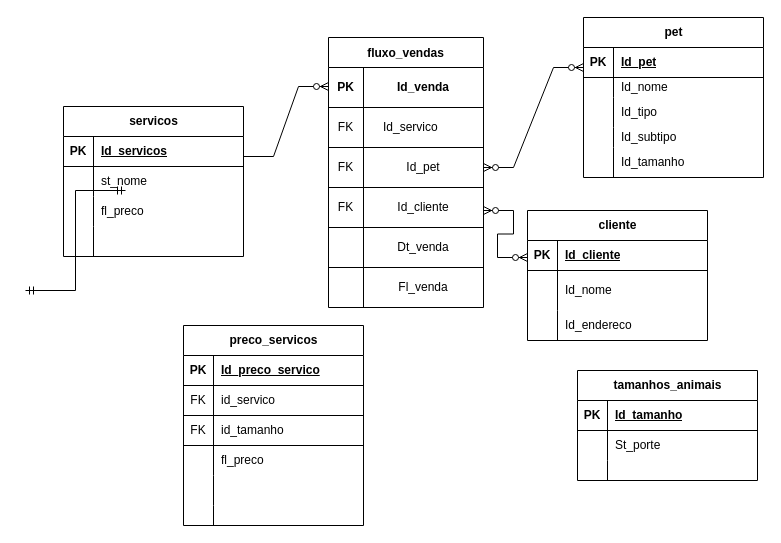
Above: Untitled Diagram.drawio in reprograma/on34-python-s07-banco-de-dados-I (draw.io), before the change. Source tidied: cells renumbered, new cells numbered last; positions are measured from the earlier drawing's top-left corner, leaving out a move shared by most shapes. Both pictures are drawn from the tidied source at 100%, with x=0, y=0 at pixel (25, 17).
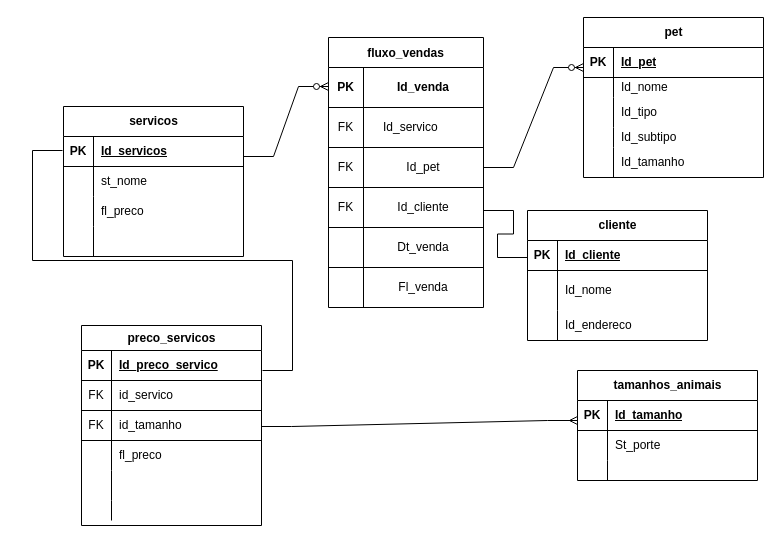
After the change.

The change refers to these unchanged cells:
```xml
<mxCell id="36" style="shape=tableRow;horizontal=0;startSize=0;swimlaneHead=0;swimlaneBody=0;fillColor=none;points=[[0,0.5],[1,0.5]];portConstraint=eastwest;top=0;left=0;right=0;bottom=0;" parent="32" vertex="1">
  <mxGeometry y="60" width="180" height="30" as="geometry" />
</mxCell>
```

The edit, as a diff of the source:
```diff
@@
-    <mxCell id="2" style="shape=tableRow;horizontal=0;startSize=0;swimlaneHead=0;swimlaneBody=0;fillColor=none;top=0;left=0;right=0;bottom=0;html=1;" parent="1" vertex="1">
-      <mxGeometry x="304" y="364" width="180" height="20" as="geometry" />
-    </mxCell>
@@
-    <mxCell id="20" style="edgeStyle=entityRelationEdgeStyle;fontSize=12;html=1;endArrow=ERzeroToMany;endFill=1;startArrow=ERzeroToMany;rounded=0;" parent="1" edge="1">
+    <mxCell id="20" style="edgeStyle=entityRelationEdgeStyle;fontSize=12;html=1;endArrow=ERzeroToMany;endFill=1;startArrow=none;rounded=0;startFill=0;" parent="1" edge="1">
       <mxGeometry relative="1" as="geometry">
         <mxPoint x="458" y="150" as="sourcePoint" />
         <mxPoint x="558" y="50" as="targetPoint" />
         <Array as="points">
           <mxPoint x="648" y="40" />
           <mxPoint x="498" y="120" />
           <mxPoint x="508" y="70" />
           <mxPoint x="548" y="80" />
           <mxPoint x="508" y="110" />
           <mxPoint x="518" y="70" />
         </Array>
       </mxGeometry>
     </mxCell>
@@
-    <mxCell id="31" style="edgeStyle=entityRelationEdgeStyle;fontSize=12;html=1;endArrow=ERzeroToMany;endFill=1;startArrow=ERzeroToMany;rounded=0;flowAnimation=0;shadow=0;" parent="1" edge="1">
+    <mxCell id="31" style="edgeStyle=entityRelationEdgeStyle;fontSize=12;html=1;endArrow=none;endFill=0;startArrow=none;rounded=0;flowAnimation=0;shadow=0;startFill=0;" parent="1" edge="1">
       <mxGeometry relative="1" as="geometry">
         <mxPoint x="458" y="193" as="sourcePoint" />
         <mxPoint x="502" y="240" as="targetPoint" />
         <Array as="points">
           <mxPoint x="452" y="203" />
           <mxPoint x="482" y="223" />
           <mxPoint x="408" y="190" />
           <mxPoint x="452" y="193" />
           <mxPoint x="418" y="190" />
           <mxPoint x="462" y="213" />
           <mxPoint x="418" y="180" />
           <mxPoint x="438" y="190" />
           <mxPoint x="468" y="210" />
           <mxPoint x="438" y="170" />
           <mxPoint x="648" y="410" />
           <mxPoint x="648" y="360" />
         </Array>
       </mxGeometry>
     </mxCell>
@@
-    <mxCell id="42" value="preco_servicos" style="shape=table;startSize=30;childLayout=tableLayout;rowLines=0;fontStyle=1;align=center;html=1;" parent="1" vertex="1">
-      <mxGeometry x="158" y="308" width="180" height="200" as="geometry" />
+    <mxCell id="42" value="preco_servicos" style="shape=table;startSize=25;childLayout=tableLayout;rowLines=0;fontStyle=1;align=center;html=1;" parent="1" vertex="1">
+      <mxGeometry x="56" y="308" width="180" height="200" as="geometry" />
     </mxCell>
     <mxCell id="43" style="shape=tableRow;horizontal=0;startSize=0;swimlaneHead=0;swimlaneBody=0;fillColor=none;top=0;left=0;right=0;bottom=1;" parent="42" vertex="1">
-      <mxGeometry y="30" width="180" height="30" as="geometry" />
+      <mxGeometry y="25" width="180" height="30" as="geometry" />
     </mxCell>
@@
     <mxCell id="46" style="shape=tableRow;horizontal=0;startSize=0;swimlaneHead=0;swimlaneBody=0;fillColor=none;top=0;left=0;right=0;bottom=1;" parent="42" vertex="1">
-      <mxGeometry y="60" width="180" height="30" as="geometry" />
+      <mxGeometry y="55" width="180" height="30" as="geometry" />
     </mxCell>
@@
     <mxCell id="49" style="shape=tableRow;horizontal=0;startSize=0;swimlaneHead=0;swimlaneBody=0;fillColor=none;top=0;left=0;right=0;bottom=1;" parent="42" vertex="1">
-      <mxGeometry y="90" width="180" height="30" as="geometry" />
+      <mxGeometry y="85" width="180" height="30" as="geometry" />
     </mxCell>
@@
     <mxCell id="52" style="shape=tableRow;horizontal=0;startSize=0;swimlaneHead=0;swimlaneBody=0;fillColor=none;top=0;left=0;right=0;bottom=0;" parent="42" vertex="1">
-      <mxGeometry y="120" width="180" height="30" as="geometry" />
+      <mxGeometry y="115" width="180" height="30" as="geometry" />
     </mxCell>
@@
     <mxCell id="55" style="shape=tableRow;horizontal=0;startSize=0;swimlaneHead=0;swimlaneBody=0;fillColor=none;top=0;left=0;right=0;bottom=0;" parent="42" vertex="1">
-      <mxGeometry y="150" width="180" height="30" as="geometry" />
+      <mxGeometry y="145" width="180" height="30" as="geometry" />
     </mxCell>
@@
     <mxCell id="58" style="shape=tableRow;horizontal=0;startSize=0;swimlaneHead=0;swimlaneBody=0;fillColor=none;top=0;left=0;right=0;bottom=0;" parent="42" vertex="1">
-      <mxGeometry y="180" width="180" height="20" as="geometry" />
+      <mxGeometry y="175" width="180" height="20" as="geometry" />
     </mxCell>
@@
-    <mxCell id="94" style="edgeStyle=elbowEdgeStyle;fontSize=12;html=1;endArrow=ERmandOne;startArrow=ERmandOne;rounded=0;" parent="1" edge="1">
-      <mxGeometry relative="1" as="geometry">
-        <mxPoint y="273" as="sourcePoint" />
-        <mxPoint x="100" y="173" as="targetPoint" />
-      </mxGeometry>
-    </mxCell>
+    <mxCell id="95" style="edgeStyle=entityRelationEdgeStyle;fontSize=12;html=1;endArrow=none;startArrow=none;rounded=0;startFill=0;endFill=0;" parent="1" edge="1">
+      <mxGeometry relative="1" as="geometry">
+        <mxPoint x="237" y="353" as="sourcePoint" />
+        <mxPoint x="37" y="133" as="targetPoint" />
+        <Array as="points">
+          <mxPoint x="87" y="403" />
+          <mxPoint x="37" y="133" />
+          <mxPoint x="-3" y="233" />
+          <mxPoint x="27" y="133" />
+        </Array>
+      </mxGeometry>
+    </mxCell>
+    <mxCell id="96" style="edgeStyle=entityRelationEdgeStyle;fontSize=12;html=1;endArrow=ERmany;endFill=0;rounded=0;entryX=0;entryY=-0.333;entryDx=0;entryDy=0;entryPerimeter=0;" parent="1" edge="1" target="36">
+      <mxGeometry relative="1" as="geometry">
+        <mxPoint x="236" y="409" as="sourcePoint" />
+        <Array as="points">
+          <mxPoint x="306" y="509" />
+          <mxPoint x="552" y="403" />
+        </Array>
+      </mxGeometry>
+    </mxCell>
```
